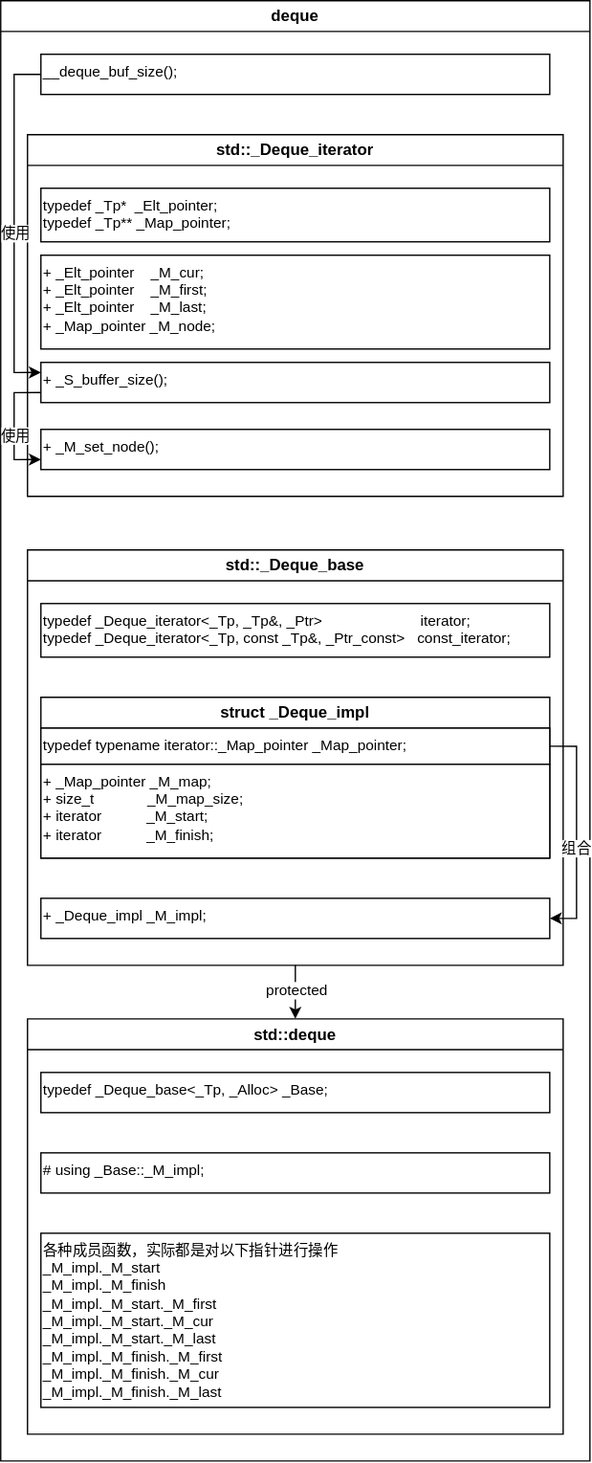
Before: media/image/2023-01-14-STL图解/deque.drawio.svg, a diagram exported from draw.io (august295/august295.github.io). Source tidied: cells renumbered, new cells last; positions are measured from the earlier drawing's top-left corner, leaving out a move shared by most shapes. Source of this version:
```xml
<mxGraphModel>
  <root>
    <mxCell id="0" />
    <mxCell id="1" parent="0" />
    <mxCell id="2" value="deque" style="swimlane;whiteSpace=wrap;html=1;" parent="1" vertex="1">
      <mxGeometry width="440" height="1090" as="geometry" />
    </mxCell>
    <mxCell id="3" value="std::_Deque_iterator" style="swimlane;whiteSpace=wrap;html=1;" parent="2" vertex="1">
      <mxGeometry x="20" y="100" width="400" height="270" as="geometry" />
    </mxCell>
    <mxCell id="4" value="&lt;div&gt;typedef _Tp*&lt;span style=&quot;&quot;&gt;&amp;nbsp; &lt;/span&gt;_Elt_pointer;&lt;/div&gt;&lt;div&gt;typedef _Tp** _Map_pointer;&lt;/div&gt;" style="whiteSpace=wrap;html=1;fontFamily=Helvetica;fontSize=11;align=left;verticalAlign=top;" parent="3" vertex="1">
      <mxGeometry x="10" y="40" width="380" height="40" as="geometry" />
    </mxCell>
    <mxCell id="5" value="&lt;div&gt;+ _Elt_pointer&amp;nbsp; &amp;nbsp; _M_cur;&lt;/div&gt;&lt;div&gt;+ _Elt_pointer&amp;nbsp; &amp;nbsp; _M_first;&lt;/div&gt;&lt;div&gt;+ _Elt_pointer&amp;nbsp; &amp;nbsp; _M_last;&lt;/div&gt;&lt;div&gt;+ _Map_pointer _M_node;&lt;/div&gt;" style="whiteSpace=wrap;html=1;fontFamily=Helvetica;fontSize=11;align=left;verticalAlign=top;" parent="3" vertex="1">
      <mxGeometry x="10" y="90" width="380" height="70" as="geometry" />
    </mxCell>
    <mxCell id="6" style="edgeStyle=orthogonalEdgeStyle;rounded=0;jettySize=auto;html=1;exitX=0;exitY=0.75;exitDx=0;exitDy=0;entryX=0;entryY=0.75;entryDx=0;entryDy=0;" parent="3" edge="1" source="8" target="9">
      <mxGeometry relative="1" as="geometry" />
    </mxCell>
    <mxCell id="7" value="使用" style="edgeLabel;html=1;align=center;verticalAlign=middle;" parent="6" vertex="1">
      <mxGeometry x="0.15" relative="1" as="geometry" />
    </mxCell>
    <mxCell id="8" value="+&amp;nbsp;_S_buffer_size();" style="whiteSpace=wrap;html=1;fontFamily=Helvetica;fontSize=11;align=left;verticalAlign=top;" parent="3" vertex="1">
      <mxGeometry x="10" y="170" width="380" height="30" as="geometry" />
    </mxCell>
    <mxCell id="9" value="+&amp;nbsp;_M_set_node();" style="whiteSpace=wrap;html=1;fontFamily=Helvetica;fontSize=11;align=left;verticalAlign=top;" parent="3" vertex="1">
      <mxGeometry x="10" y="220" width="380" height="30" as="geometry" />
    </mxCell>
    <mxCell id="10" style="edgeStyle=orthogonalEdgeStyle;rounded=0;jettySize=auto;html=1;exitX=0.5;exitY=1;exitDx=0;exitDy=0;entryX=0.5;entryY=0;entryDx=0;entryDy=0;" parent="2" edge="1" source="12" target="23">
      <mxGeometry relative="1" as="geometry" />
    </mxCell>
    <mxCell id="11" value="protected" style="edgeLabel;html=1;align=center;verticalAlign=middle;" parent="10" vertex="1">
      <mxGeometry x="0.21" relative="1" as="geometry">
        <mxPoint y="-6" as="offset" />
      </mxGeometry>
    </mxCell>
    <mxCell id="12" value="std::_Deque_base" style="swimlane;whiteSpace=wrap;html=1;" parent="2" vertex="1">
      <mxGeometry x="20" y="410" width="400" height="310" as="geometry" />
    </mxCell>
    <mxCell id="13" value="&lt;div&gt;typedef _Deque_iterator&amp;lt;_Tp, _Tp&amp;amp;, _Ptr&amp;gt;&lt;span style=&quot;&quot;&gt;&#9;&lt;/span&gt;&amp;nbsp; &amp;nbsp; &amp;nbsp; &amp;nbsp; &amp;nbsp; &amp;nbsp; &amp;nbsp; &amp;nbsp; &amp;nbsp; &amp;nbsp; &amp;nbsp; &amp;nbsp;iterator;&lt;/div&gt;&lt;div&gt;&lt;span style=&quot;background-color: initial;&quot;&gt;typedef _Deque_iterator&amp;lt;_Tp, const _Tp&amp;amp;, _Ptr_const&amp;gt;&amp;nbsp; &amp;nbsp;const_iterator;&lt;/span&gt;&lt;br&gt;&lt;/div&gt;" style="whiteSpace=wrap;html=1;fontFamily=Helvetica;fontSize=11;align=left;verticalAlign=top;" parent="12" vertex="1">
      <mxGeometry x="10" y="40" width="380" height="40" as="geometry" />
    </mxCell>
    <mxCell id="14" value="struct&amp;nbsp;_Deque_impl" style="swimlane;whiteSpace=wrap;html=1;" parent="12" vertex="1">
      <mxGeometry x="10" y="110" width="380" height="120" as="geometry" />
    </mxCell>
    <mxCell id="15" value="typedef typename iterator::_Map_pointer _Map_pointer;" style="whiteSpace=wrap;html=1;fontFamily=Helvetica;fontSize=11;align=left;verticalAlign=top;" parent="14" vertex="1">
      <mxGeometry y="23" width="380" height="27" as="geometry" />
    </mxCell>
    <mxCell id="16" value="&lt;span style=&quot;background-color: initial;&quot;&gt;+ _Map_pointer _M_map;&lt;/span&gt;&lt;br&gt;&lt;div&gt;&lt;span style=&quot;&quot;&gt;&lt;/span&gt;+ size_t&amp;nbsp; &amp;nbsp; &amp;nbsp; &amp;nbsp; &amp;nbsp; &amp;nbsp; &amp;nbsp;_M_map_size;&lt;/div&gt;&lt;div&gt;&lt;span style=&quot;&quot;&gt;&lt;/span&gt;+ iterator&amp;nbsp; &amp;nbsp; &amp;nbsp; &amp;nbsp; &amp;nbsp; &amp;nbsp;_M_start;&lt;/div&gt;&lt;div&gt;&lt;span style=&quot;&quot;&gt;&lt;/span&gt;+ iterator&amp;nbsp; &amp;nbsp; &amp;nbsp; &amp;nbsp; &amp;nbsp; &amp;nbsp;_M_finish;&lt;/div&gt;" style="whiteSpace=wrap;html=1;fontFamily=Helvetica;fontSize=11;align=left;verticalAlign=top;" parent="14" vertex="1">
      <mxGeometry y="50" width="380" height="70" as="geometry" />
    </mxCell>
    <mxCell id="17" value="+ _Deque_impl _M_impl;" style="whiteSpace=wrap;html=1;fontFamily=Helvetica;fontSize=11;align=left;verticalAlign=top;" parent="12" vertex="1">
      <mxGeometry x="10" y="260" width="380" height="30" as="geometry" />
    </mxCell>
    <mxCell id="18" style="edgeStyle=orthogonalEdgeStyle;rounded=0;jettySize=auto;html=1;exitX=1;exitY=0.5;exitDx=0;exitDy=0;entryX=1;entryY=0.5;entryDx=0;entryDy=0;" parent="12" edge="1" source="15" target="17">
      <mxGeometry relative="1" as="geometry" />
    </mxCell>
    <mxCell id="19" value="组合" style="edgeLabel;html=1;align=center;verticalAlign=middle;" parent="18" vertex="1">
      <mxGeometry x="0.14" y="-1" relative="1" as="geometry" />
    </mxCell>
    <mxCell id="20" style="edgeStyle=orthogonalEdgeStyle;rounded=0;jettySize=auto;html=1;exitX=0;exitY=0.5;exitDx=0;exitDy=0;entryX=0;entryY=0.25;entryDx=0;entryDy=0;" parent="2" edge="1" source="22" target="8">
      <mxGeometry relative="1" as="geometry" />
    </mxCell>
    <mxCell id="21" value="使用" style="edgeLabel;html=1;align=center;verticalAlign=middle;" parent="20" vertex="1">
      <mxGeometry x="0.05" relative="1" as="geometry" />
    </mxCell>
    <mxCell id="22" value="&lt;div&gt;__deque_buf_size();&lt;/div&gt;" style="whiteSpace=wrap;html=1;fontFamily=Helvetica;fontSize=11;align=left;verticalAlign=top;" parent="2" vertex="1">
      <mxGeometry x="30" y="40" width="380" height="30" as="geometry" />
    </mxCell>
    <mxCell id="23" value="std::deque" style="swimlane;whiteSpace=wrap;html=1;" parent="2" vertex="1">
      <mxGeometry x="20" y="760" width="400" height="310" as="geometry" />
    </mxCell>
    <mxCell id="24" value="&lt;div&gt;typedef _Deque_base&amp;lt;_Tp, _Alloc&amp;gt;&lt;span style=&quot;&quot;&gt;&#9;&#9;&#9;&lt;/span&gt;_Base;&lt;br&gt;&lt;/div&gt;" style="whiteSpace=wrap;html=1;fontFamily=Helvetica;fontSize=11;align=left;verticalAlign=top;" parent="23" vertex="1">
      <mxGeometry x="10" y="40" width="380" height="30" as="geometry" />
    </mxCell>
    <mxCell id="25" value="# using _Base::_M_impl;" style="whiteSpace=wrap;html=1;fontFamily=Helvetica;fontSize=11;align=left;verticalAlign=top;" parent="23" vertex="1">
      <mxGeometry x="10" y="100" width="380" height="30" as="geometry" />
    </mxCell>
    <mxCell id="26" value="&lt;div&gt;各种成员函数，实际都是对以下指针进行操作&lt;/div&gt;&lt;div&gt;_M_impl._M_start&lt;/div&gt;&lt;div&gt;_M_impl._M_finish&lt;br&gt;&lt;/div&gt;&lt;div&gt;&lt;div&gt;_M_impl._M_start._M_first&lt;/div&gt;&lt;div&gt;_M_impl._M_start._M_cur&lt;/div&gt;&lt;div&gt;_M_impl._M_start._M_last&lt;/div&gt;&lt;/div&gt;&lt;div&gt;_M_impl._M_finish._M_first&lt;br&gt;&lt;/div&gt;&lt;div&gt;_M_impl._M_finish._M_cur&lt;br&gt;&lt;/div&gt;&lt;div&gt;_M_impl._M_finish._M_last&lt;br&gt;&lt;/div&gt;" style="whiteSpace=wrap;html=1;fontFamily=Helvetica;fontSize=11;align=left;verticalAlign=top;" parent="23" vertex="1">
      <mxGeometry x="10" y="160" width="380" height="130" as="geometry" />
    </mxCell>
  </root>
</mxGraphModel>
```
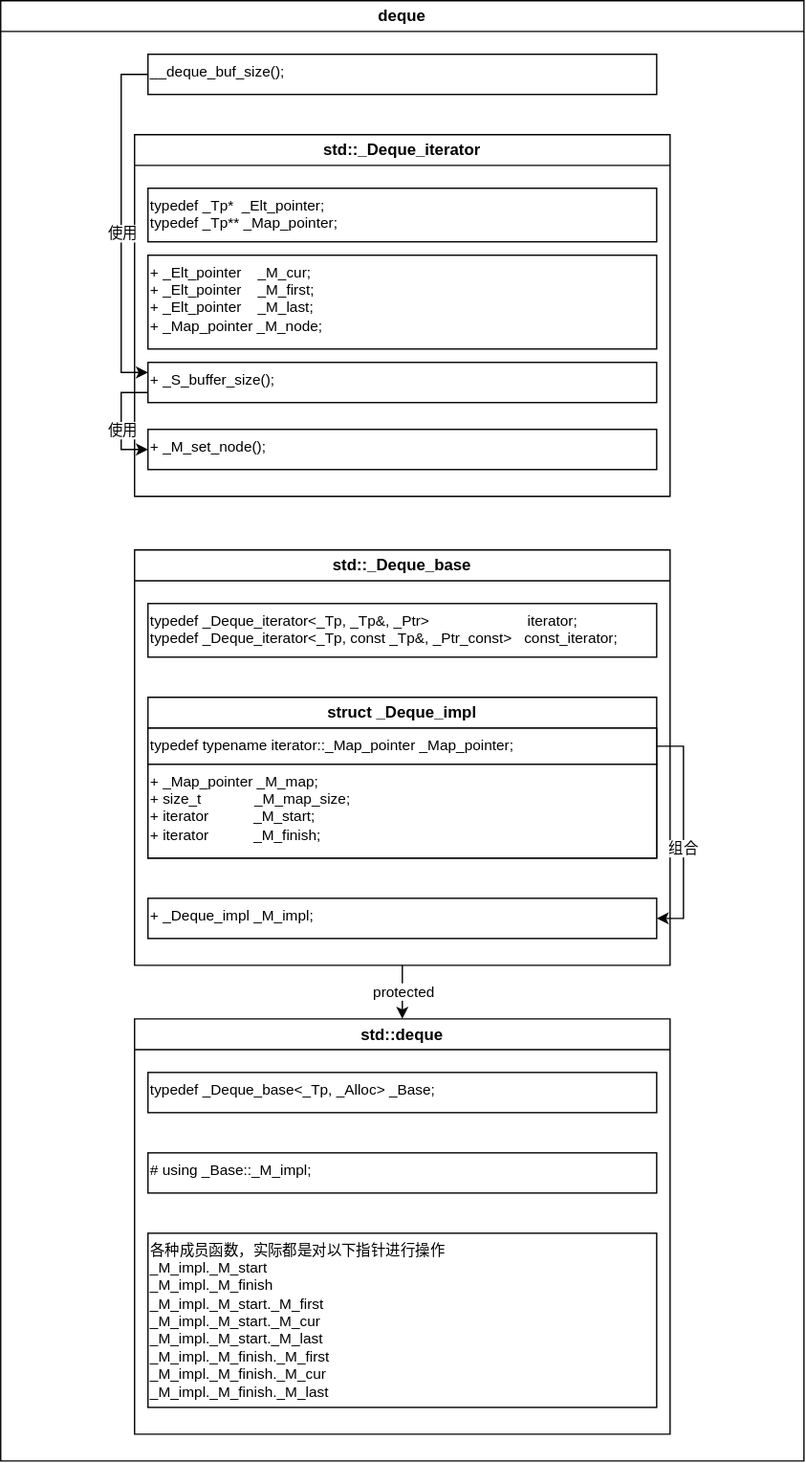
After the commit.

The edit, as a diff of the source:
```diff
@@ -3,10 +3,10 @@
     <mxCell id="0" />
     <mxCell id="1" parent="0" />
     <mxCell id="2" value="deque" style="swimlane;whiteSpace=wrap;html=1;" parent="1" vertex="1">
-      <mxGeometry width="440" height="1090" as="geometry" />
+      <mxGeometry width="600" height="1090" as="geometry" />
     </mxCell>
     <mxCell id="3" value="std::_Deque_iterator" style="swimlane;whiteSpace=wrap;html=1;" parent="2" vertex="1">
-      <mxGeometry x="20" y="100" width="400" height="270" as="geometry" />
+      <mxGeometry x="100" y="100" width="400" height="270" as="geometry" />
     </mxCell>
     <mxCell id="4" value="&lt;div&gt;typedef _Tp*&lt;span style=&quot;&quot;&gt;&amp;nbsp; &lt;/span&gt;_Elt_pointer;&lt;/div&gt;&lt;div&gt;typedef _Tp** _Map_pointer;&lt;/div&gt;" style="whiteSpace=wrap;html=1;fontFamily=Helvetica;fontSize=11;align=left;verticalAlign=top;" parent="3" vertex="1">
       <mxGeometry x="10" y="40" width="380" height="40" as="geometry" />
@@ -14,7 +14,7 @@
     <mxCell id="5" value="&lt;div&gt;+ _Elt_pointer&amp;nbsp; &amp;nbsp; _M_cur;&lt;/div&gt;&lt;div&gt;+ _Elt_pointer&amp;nbsp; &amp;nbsp; _M_first;&lt;/div&gt;&lt;div&gt;+ _Elt_pointer&amp;nbsp; &amp;nbsp; _M_last;&lt;/div&gt;&lt;div&gt;+ _Map_pointer _M_node;&lt;/div&gt;" style="whiteSpace=wrap;html=1;fontFamily=Helvetica;fontSize=11;align=left;verticalAlign=top;" parent="3" vertex="1">
       <mxGeometry x="10" y="90" width="380" height="70" as="geometry" />
     </mxCell>
-    <mxCell id="6" style="edgeStyle=orthogonalEdgeStyle;rounded=0;jettySize=auto;html=1;exitX=0;exitY=0.75;exitDx=0;exitDy=0;entryX=0;entryY=0.75;entryDx=0;entryDy=0;" parent="3" edge="1" source="8" target="9">
+    <mxCell id="6" style="edgeStyle=orthogonalEdgeStyle;rounded=0;jettySize=auto;html=1;exitX=0;exitY=0.75;exitDx=0;exitDy=0;entryX=0;entryY=0.5;entryDx=0;entryDy=0;" parent="3" edge="1" source="8" target="9">
       <mxGeometry relative="1" as="geometry" />
     </mxCell>
     <mxCell id="7" value="使用" style="edgeLabel;html=1;align=center;verticalAlign=middle;" parent="6" vertex="1">
@@ -35,7 +35,7 @@
       </mxGeometry>
     </mxCell>
     <mxCell id="12" value="std::_Deque_base" style="swimlane;whiteSpace=wrap;html=1;" parent="2" vertex="1">
-      <mxGeometry x="20" y="410" width="400" height="310" as="geometry" />
+      <mxGeometry x="100" y="410" width="400" height="310" as="geometry" />
     </mxCell>
     <mxCell id="13" value="&lt;div&gt;typedef _Deque_iterator&amp;lt;_Tp, _Tp&amp;amp;, _Ptr&amp;gt;&lt;span style=&quot;&quot;&gt;&#9;&lt;/span&gt;&amp;nbsp; &amp;nbsp; &amp;nbsp; &amp;nbsp; &amp;nbsp; &amp;nbsp; &amp;nbsp; &amp;nbsp; &amp;nbsp; &amp;nbsp; &amp;nbsp; &amp;nbsp;iterator;&lt;/div&gt;&lt;div&gt;&lt;span style=&quot;background-color: initial;&quot;&gt;typedef _Deque_iterator&amp;lt;_Tp, const _Tp&amp;amp;, _Ptr_const&amp;gt;&amp;nbsp; &amp;nbsp;const_iterator;&lt;/span&gt;&lt;br&gt;&lt;/div&gt;" style="whiteSpace=wrap;html=1;fontFamily=Helvetica;fontSize=11;align=left;verticalAlign=top;" parent="12" vertex="1">
       <mxGeometry x="10" y="40" width="380" height="40" as="geometry" />
@@ -65,10 +65,10 @@
       <mxGeometry x="0.05" relative="1" as="geometry" />
     </mxCell>
     <mxCell id="22" value="&lt;div&gt;__deque_buf_size();&lt;/div&gt;" style="whiteSpace=wrap;html=1;fontFamily=Helvetica;fontSize=11;align=left;verticalAlign=top;" parent="2" vertex="1">
-      <mxGeometry x="30" y="40" width="380" height="30" as="geometry" />
+      <mxGeometry x="110" y="40" width="380" height="30" as="geometry" />
     </mxCell>
     <mxCell id="23" value="std::deque" style="swimlane;whiteSpace=wrap;html=1;" parent="2" vertex="1">
-      <mxGeometry x="20" y="760" width="400" height="310" as="geometry" />
+      <mxGeometry x="100" y="760" width="400" height="310" as="geometry" />
     </mxCell>
     <mxCell id="24" value="&lt;div&gt;typedef _Deque_base&amp;lt;_Tp, _Alloc&amp;gt;&lt;span style=&quot;&quot;&gt;&#9;&#9;&#9;&lt;/span&gt;_Base;&lt;br&gt;&lt;/div&gt;" style="whiteSpace=wrap;html=1;fontFamily=Helvetica;fontSize=11;align=left;verticalAlign=top;" parent="23" vertex="1">
       <mxGeometry x="10" y="40" width="380" height="30" as="geometry" />
```
